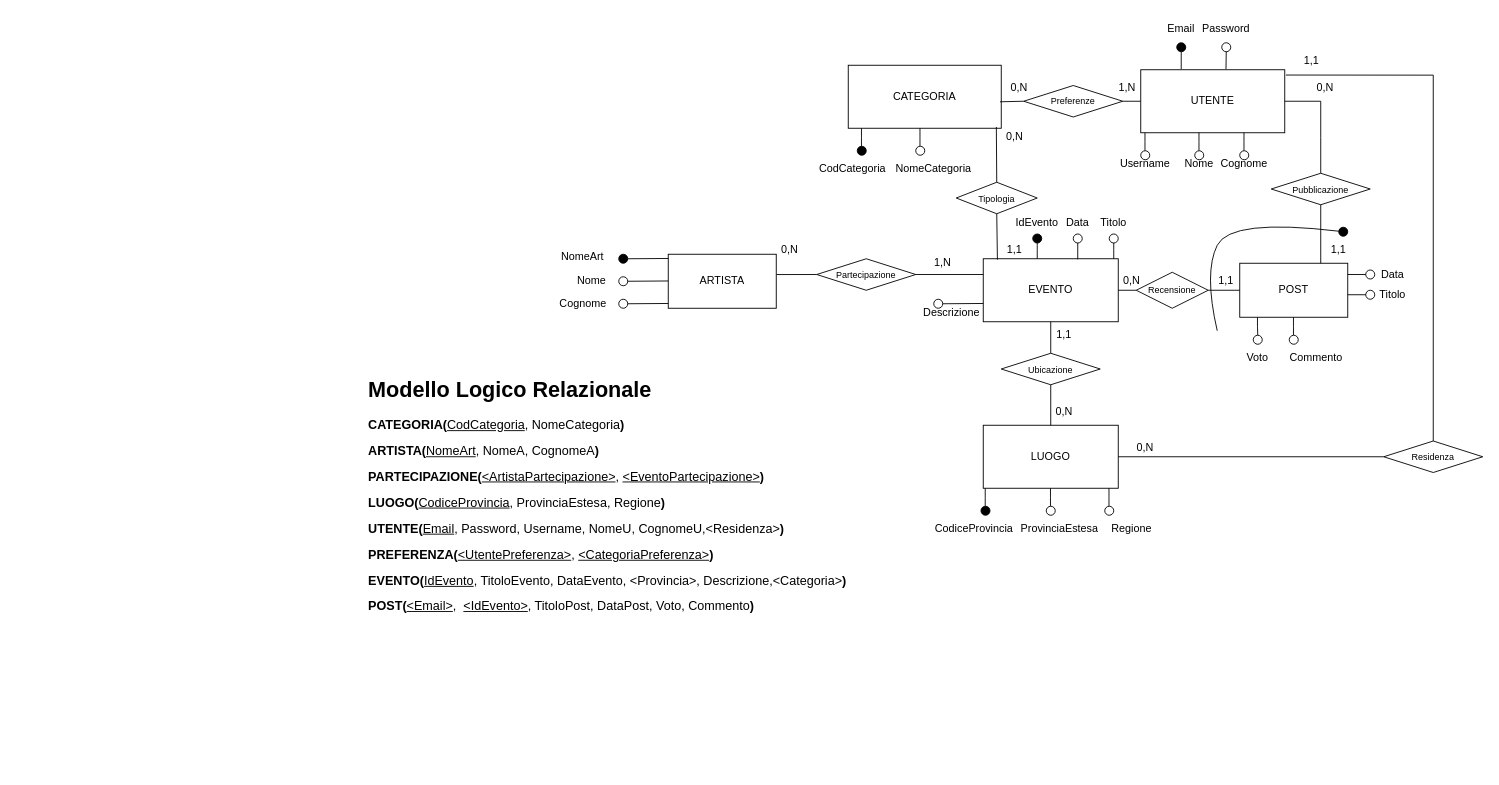
The draw.io diagram UDA_Pianificazione/er.drawio in sac11221/mercuriouda, before the edit. Source tidied: cells renumbered, new cells numbered last; positions are measured from the earlier drawing's top-left corner, leaving out a move shared by most shapes. Both pictures are drawn from the tidied source at 90%, with x=0, y=0 at pixel (366, 15).
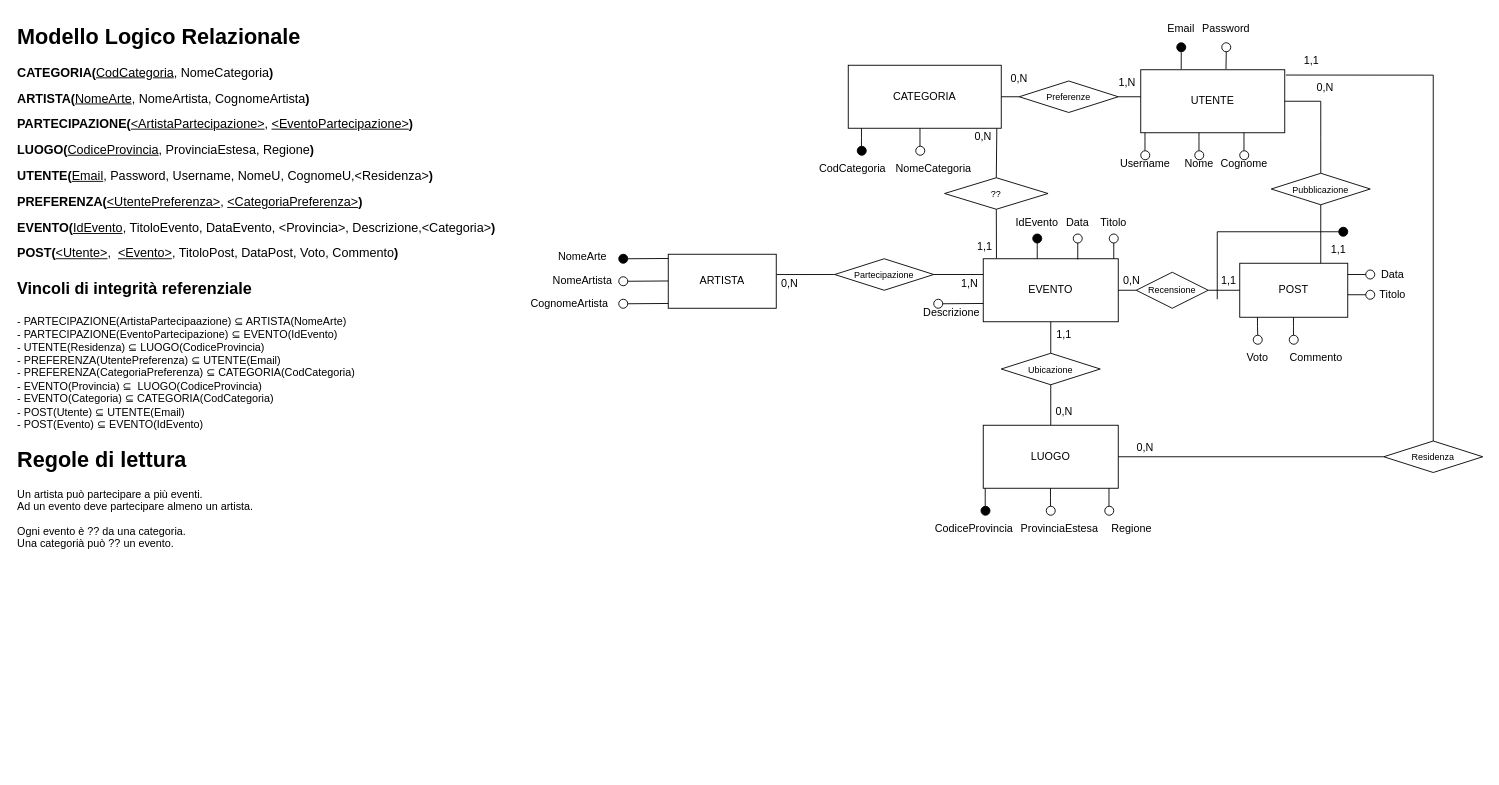
Above is the later version.

Unchanged cells that the change refers to:
```xml
<mxCell id="2" value="EVENTO" style="whiteSpace=wrap;html=1;align=center;" parent="1" vertex="1">
  <mxGeometry x="685" y="270" width="150" height="70" as="geometry" />
</mxCell>
<mxCell id="9" value="CATEGORIA" style="rounded=0;whiteSpace=wrap;html=1;" parent="1" vertex="1">
  <mxGeometry x="535" y="55" width="170" height="70" as="geometry" />
</mxCell>
<mxCell id="16" value="UTENTE" style="rounded=0;whiteSpace=wrap;html=1;" parent="1" vertex="1">
  <mxGeometry x="860" y="60" width="160" height="70" as="geometry" />
</mxCell>
<mxCell id="81" style="ellipse;whiteSpace=wrap;html=1;gradientColor=none;fillColor=#000000;" parent="1" vertex="1">
  <mxGeometry x="1080" y="235" width="10" height="10" as="geometry" />
</mxCell>
```

Diff of the diagram source:
```diff
@@
-    <mxCell id="46" value="Nome" style="text;html=1;align=center;verticalAlign=middle;whiteSpace=wrap;rounded=0;" parent="1" vertex="1">
-      <mxGeometry x="220" y="280" width="60" height="30" as="geometry" />
+    <mxCell id="46" value="NomeArtista" style="text;html=1;align=center;verticalAlign=middle;whiteSpace=wrap;rounded=0;" parent="1" vertex="1">
+      <mxGeometry x="210" y="280" width="60" height="30" as="geometry" />
     </mxCell>
-    <mxCell id="47" value="Cognome" style="text;html=1;align=center;verticalAlign=middle;strokeColor=none;fillColor=none;" parent="1" vertex="1">
-      <mxGeometry x="200" y="305" width="80" height="30" as="geometry" />
+    <mxCell id="47" value="CognomeArtista" style="text;html=1;align=center;verticalAlign=middle;strokeColor=none;fillColor=none;" parent="1" vertex="1">
+      <mxGeometry x="170" y="305" width="110" height="30" as="geometry" />
     </mxCell>
-    <mxCell id="48" value="NomeArt" style="text;html=1;align=center;verticalAlign=middle;whiteSpace=wrap;rounded=0;" parent="1" vertex="1">
+    <mxCell id="48" value="&lt;div&gt;NomeArte&lt;/div&gt;" style="text;html=1;align=center;verticalAlign=middle;whiteSpace=wrap;rounded=0;" parent="1" vertex="1">
       <mxGeometry x="210" y="252.5" width="60" height="30" as="geometry" />
     </mxCell>
@@
     <mxCell id="55" value="Partecipazione" style="rhombus;whiteSpace=wrap;html=1;fontSize=10;" parent="1" vertex="1">
-      <mxGeometry x="500" y="270" width="110" height="35" as="geometry" />
+      <mxGeometry x="520" y="270" width="110" height="35" as="geometry" />
     </mxCell>
@@
     <mxCell id="58" value="0,N" style="text;html=1;align=center;verticalAlign=middle;whiteSpace=wrap;rounded=0;" parent="1" vertex="1">
-      <mxGeometry x="440" y="245" width="60" height="30" as="geometry" />
+      <mxGeometry x="440" y="282.5" width="60" height="30" as="geometry" />
     </mxCell>
     <mxCell id="59" value="1,N" style="text;html=1;align=center;verticalAlign=middle;whiteSpace=wrap;rounded=0;" parent="1" vertex="1">
-      <mxGeometry x="610" y="260" width="60" height="30" as="geometry" />
+      <mxGeometry x="640" y="282.5" width="60" height="30" as="geometry" />
     </mxCell>
-    <mxCell id="60" value="Tipologia" style="rhombus;whiteSpace=wrap;html=1;fontSize=10;" parent="1" vertex="1">
-      <mxGeometry x="655" y="185" width="90" height="35" as="geometry" />
+    <mxCell id="60" value="??" style="rhombus;whiteSpace=wrap;html=1;fontSize=10;" parent="1" vertex="1">
+      <mxGeometry x="642" y="180" width="115" height="35" as="geometry" />
     </mxCell>
-    <mxCell id="61" style="endArrow=none;html=1;rounded=0;exitX=0.5;exitY=1;exitDx=0;exitDy=0;entryX=0.105;entryY=0.014;entryDx=0;entryDy=0;entryPerimeter=0;" parent="1" edge="1" source="60" target="2">
+    <mxCell id="61" style="endArrow=none;html=1;rounded=0;exitX=0.5;exitY=1;exitDx=0;exitDy=0;entryX=0.098;entryY=-0.007;entryDx=0;entryDy=0;entryPerimeter=0;" parent="1" edge="1" source="60" target="2">
       <mxGeometry relative="1" as="geometry" />
     </mxCell>
-    <mxCell id="62" style="endArrow=none;html=1;rounded=0;entryX=0.968;entryY=0.98;entryDx=0;entryDy=0;entryPerimeter=0;exitX=0.5;exitY=0;exitDx=0;exitDy=0;" parent="1" edge="1" source="60" target="9">
+    <mxCell id="62" style="endArrow=none;html=1;rounded=0;exitX=0.5;exitY=0;exitDx=0;exitDy=0;entryX=0.971;entryY=1.002;entryDx=0;entryDy=0;entryPerimeter=0;" parent="1" edge="1" source="60" target="9">
       <mxGeometry relative="1" as="geometry" />
     </mxCell>
     <mxCell id="63" value="0,N" style="text;html=1;align=center;verticalAlign=middle;whiteSpace=wrap;rounded=0;" parent="1" vertex="1">
-      <mxGeometry x="690" y="120" width="60" height="30" as="geometry" />
+      <mxGeometry x="655" y="120" width="60" height="30" as="geometry" />
     </mxCell>
     <mxCell id="64" value="1,1" style="text;html=1;align=center;verticalAlign=middle;whiteSpace=wrap;rounded=0;" parent="1" vertex="1">
-      <mxGeometry x="690" y="245" width="60" height="30" as="geometry" />
+      <mxGeometry x="657" y="242" width="60" height="30" as="geometry" />
     </mxCell>
     <mxCell id="65" value="&lt;font size=&quot;1&quot;&gt;Preferenze&lt;/font&gt;" style="rhombus;whiteSpace=wrap;html=1;" parent="1" vertex="1">
-      <mxGeometry x="730" y="77.5" width="110" height="35" as="geometry" />
+      <mxGeometry x="725" y="72.5" width="110" height="35" as="geometry" />
     </mxCell>
-    <mxCell id="66" style="endArrow=none;html=1;rounded=0;entryX=0;entryY=0.5;entryDx=0;entryDy=0;exitX=0.992;exitY=0.58;exitDx=0;exitDy=0;exitPerimeter=0;" parent="1" edge="1" source="9" target="65">
+    <mxCell id="66" style="endArrow=none;html=1;rounded=0;entryX=0;entryY=0.5;entryDx=0;entryDy=0;exitX=1;exitY=0.5;exitDx=0;exitDy=0;" parent="1" edge="1" source="9" target="65">
       <mxGeometry relative="1" as="geometry" />
     </mxCell>
-    <mxCell id="67" style="endArrow=none;html=1;rounded=0;entryX=0;entryY=0.5;entryDx=0;entryDy=0;exitX=1;exitY=0.5;exitDx=0;exitDy=0;" parent="1" edge="1" source="65" target="16">
+    <mxCell id="67" style="endArrow=none;html=1;rounded=0;entryX=0.75;entryY=1;entryDx=0;entryDy=0;exitX=1;exitY=0.5;exitDx=0;exitDy=0;" parent="1" edge="1" source="65" target="68">
       <mxGeometry relative="1" as="geometry" />
     </mxCell>
     <mxCell id="68" value="1,N" style="text;html=1;align=center;verticalAlign=middle;whiteSpace=wrap;rounded=0;" parent="1" vertex="1">
-      <mxGeometry x="815" y="65" width="60" height="30" as="geometry" />
+      <mxGeometry x="815" y="60" width="60" height="30" as="geometry" />
     </mxCell>
     <mxCell id="69" value="0,N" style="text;html=1;align=center;verticalAlign=middle;whiteSpace=wrap;rounded=0;" parent="1" vertex="1">
-      <mxGeometry x="695" y="65" width="60" height="30" as="geometry" />
+      <mxGeometry x="695" y="55" width="60" height="30" as="geometry" />
     </mxCell>
@@
     <mxCell id="79" value="1,1" style="text;html=1;align=center;verticalAlign=middle;whiteSpace=wrap;rounded=0;" parent="1" vertex="1">
-      <mxGeometry x="925" y="280" width="60" height="30" as="geometry" />
+      <mxGeometry x="928" y="280" width="60" height="30" as="geometry" />
     </mxCell>
-    <mxCell id="80" style="endArrow=none;html=1;rounded=0;curved=1;" parent="1" edge="1" source="81">
-      <mxGeometry relative="1" as="geometry">
-        <mxPoint x="945" y="350" as="targetPoint" />
-        <Array as="points">
-          <mxPoint x="960" y="225" />
-          <mxPoint x="930" y="285" />
-        </Array>
-      </mxGeometry>
-    </mxCell>
+    <mxCell id="109" style="edgeStyle=orthogonalEdgeStyle;rounded=0;jettySize=auto;html=1;strokeColor=default;endArrow=none;startFill=0;exitX=0;exitY=0.5;exitDx=0;exitDy=0;" parent="1" edge="1" source="81">
+      <mxGeometry relative="1" as="geometry">
+        <mxPoint x="945" y="315" as="targetPoint" />
+        <Array as="points">
+          <mxPoint x="945" y="240" />
+        </Array>
+      </mxGeometry>
+    </mxCell>
@@
-    <mxCell id="88" value="&lt;h1 style=&quot;margin-top: 0px;&quot;&gt;Modello Logico Relazionale&lt;/h1&gt;&lt;p&gt;&lt;font style=&quot;font-size: 14px;&quot;&gt;&lt;b&gt;CATEGORIA(&lt;/b&gt;&lt;u&gt;CodCategoria&lt;/u&gt;, NomeCategoria&lt;b&gt;)&lt;/b&gt;&lt;b&gt;&lt;/b&gt;&lt;/font&gt;&lt;/p&gt;&lt;p&gt;&lt;font style=&quot;font-size: 14px;&quot;&gt;&lt;b&gt;ARTISTA(&lt;/b&gt;&lt;u&gt;NomeArt&lt;/u&gt;, NomeA, CognomeA&lt;b&gt;)&lt;/b&gt;&lt;b&gt;&lt;/b&gt;&lt;/font&gt;&lt;/p&gt;&lt;p&gt;&lt;font style=&quot;font-size: 14px;&quot;&gt;&lt;b&gt;PARTECIPAZIONE(&lt;/b&gt;&lt;u&gt;&amp;lt;ArtistaPartecipazione&amp;gt;&lt;/u&gt;, &lt;u&gt;&amp;lt;EventoPartecipazione&amp;gt;&lt;/u&gt;&lt;/font&gt;&lt;b style=&quot;font-size: 14px; background-color: transparent; color: light-dark(rgb(0, 0, 0), rgb(255, 255, 255));&quot;&gt;)&lt;/b&gt;&lt;/p&gt;&lt;p&gt;&lt;b style=&quot;font-size: 14px;&quot;&gt;LUOGO(&lt;/b&gt;&lt;u style=&quot;font-size: 14px;&quot;&gt;CodiceProvincia&lt;/u&gt;&lt;span style=&quot;font-size: 14px;&quot;&gt;, ProvinciaEstesa, Regione&lt;/span&gt;&lt;b style=&quot;font-size: 14px;&quot;&gt;)&lt;/b&gt;&lt;b style=&quot;font-size: 14px; background-color: transparent; color: light-dark(rgb(0, 0, 0), rgb(255, 255, 255));&quot;&gt;&lt;/b&gt;&lt;/p&gt;&lt;p&gt;&lt;font style=&quot;font-size: 14px;&quot;&gt;&lt;b&gt;UTENTE(&lt;/b&gt;&lt;u&gt;Email&lt;/u&gt;, Password, Username, NomeU, CognomeU,&amp;lt;Residenza&amp;gt;&lt;b&gt;)&lt;/b&gt;&lt;/font&gt;&lt;/p&gt;&lt;p&gt;&lt;span style=&quot;font-size: 14px;&quot;&gt;&lt;b&gt;PREFERENZA(&lt;/b&gt;&lt;u&gt;&amp;lt;UtentePreferenza&amp;gt;&lt;/u&gt;, &lt;u&gt;&amp;lt;CategoriaPreferenza&amp;gt;&lt;/u&gt;&lt;b&gt;)&lt;/b&gt;&lt;/span&gt;&lt;/p&gt;&lt;p&gt;&lt;font style=&quot;font-size: 14px;&quot;&gt;&lt;b&gt;EVENTO(&lt;/b&gt;&lt;u&gt;IdEvento&lt;/u&gt;, TitoloEvento, DataEvento, &amp;lt;Provincia&amp;gt;, Descrizione,&amp;lt;Categoria&amp;gt;&lt;b&gt;)&lt;/b&gt;&lt;/font&gt;&lt;/p&gt;&lt;p&gt;&lt;font style=&quot;font-size: 14px;&quot;&gt;&lt;b&gt;POST(&lt;/b&gt;&lt;u&gt;&amp;lt;Email&amp;gt;&lt;/u&gt;,&amp;nbsp; &lt;u&gt;&amp;lt;IdEvento&amp;gt;&lt;/u&gt;, TitoloPost, DataPost, Voto, Commento&lt;b&gt;)&lt;br&gt;&lt;/b&gt;&lt;/font&gt;&lt;/p&gt;&lt;p&gt;&lt;br&gt;&lt;/p&gt;&lt;p&gt;&lt;br&gt;&lt;/p&gt;" style="text;html=1;whiteSpace=wrap;overflow=hidden;rounded=0;" parent="1" vertex="1">
-      <mxGeometry y="395" width="630" height="290" as="geometry" />
+    <mxCell id="88" value="&lt;h1 style=&quot;margin-top: 0px;&quot;&gt;Modello Logico Relazionale&lt;/h1&gt;&lt;p&gt;&lt;font style=&quot;font-size: 14px;&quot;&gt;&lt;b&gt;CATEGORIA(&lt;/b&gt;&lt;u&gt;CodCategoria&lt;/u&gt;, NomeCategoria&lt;b&gt;)&lt;/b&gt;&lt;b&gt;&lt;/b&gt;&lt;/font&gt;&lt;/p&gt;&lt;p&gt;&lt;font style=&quot;font-size: 14px;&quot;&gt;&lt;b&gt;ARTISTA(&lt;/b&gt;&lt;u&gt;NomeArte&lt;/u&gt;, NomeArtista, CognomeArtista&lt;b&gt;)&lt;/b&gt;&lt;/font&gt;&lt;/p&gt;&lt;p&gt;&lt;font style=&quot;font-size: 14px;&quot;&gt;&lt;b&gt;PARTECIPAZIONE(&lt;/b&gt;&lt;u&gt;&amp;lt;ArtistaPartecipazione&amp;gt;&lt;/u&gt;, &lt;u&gt;&amp;lt;EventoPartecipazione&amp;gt;&lt;/u&gt;&lt;/font&gt;&lt;b style=&quot;font-size: 14px; background-color: transparent; color: light-dark(rgb(0, 0, 0), rgb(255, 255, 255));&quot;&gt;)&lt;/b&gt;&lt;/p&gt;&lt;p&gt;&lt;b style=&quot;font-size: 14px;&quot;&gt;LUOGO(&lt;/b&gt;&lt;u style=&quot;font-size: 14px;&quot;&gt;CodiceProvincia&lt;/u&gt;&lt;span style=&quot;font-size: 14px;&quot;&gt;, ProvinciaEstesa, Regione&lt;/span&gt;&lt;b style=&quot;font-size: 14px;&quot;&gt;)&lt;/b&gt;&lt;b style=&quot;font-size: 14px; background-color: transparent; color: light-dark(rgb(0, 0, 0), rgb(255, 255, 255));&quot;&gt;&lt;/b&gt;&lt;/p&gt;&lt;p&gt;&lt;font style=&quot;font-size: 14px;&quot;&gt;&lt;b&gt;UTENTE(&lt;/b&gt;&lt;u&gt;Email&lt;/u&gt;, Password, Username, NomeU, CognomeU,&amp;lt;Residenza&amp;gt;&lt;b&gt;)&lt;/b&gt;&lt;/font&gt;&lt;/p&gt;&lt;p&gt;&lt;span style=&quot;font-size: 14px;&quot;&gt;&lt;b&gt;PREFERENZA(&lt;/b&gt;&lt;u&gt;&amp;lt;UtentePreferenza&amp;gt;&lt;/u&gt;, &lt;u&gt;&amp;lt;CategoriaPreferenza&amp;gt;&lt;/u&gt;&lt;b&gt;)&lt;/b&gt;&lt;/span&gt;&lt;/p&gt;&lt;p&gt;&lt;font style=&quot;font-size: 14px;&quot;&gt;&lt;b&gt;EVENTO(&lt;/b&gt;&lt;u&gt;IdEvento&lt;/u&gt;, TitoloEvento, DataEvento, &amp;lt;Provincia&amp;gt;, Descrizione,&amp;lt;Categoria&amp;gt;&lt;b&gt;)&lt;/b&gt;&lt;/font&gt;&lt;/p&gt;&lt;p&gt;&lt;font style=&quot;font-size: 14px;&quot;&gt;&lt;b&gt;POST(&lt;/b&gt;&lt;u&gt;&amp;lt;Utente&amp;gt;&lt;/u&gt;,&amp;nbsp; &lt;u&gt;&amp;lt;Evento&amp;gt;&lt;/u&gt;, TitoloPost, DataPost, Voto, Commento&lt;b&gt;)&lt;br&gt;&lt;/b&gt;&lt;/font&gt;&lt;/p&gt;&lt;p&gt;&lt;br&gt;&lt;/p&gt;&lt;p&gt;&lt;br&gt;&lt;/p&gt;" style="text;html=1;whiteSpace=wrap;overflow=hidden;rounded=0;" parent="1" vertex="1">
+      <mxGeometry x="-390" y="2.5" width="630" height="290" as="geometry" />
     </mxCell>
@@
+    <mxCell id="110" value="&lt;h1 style=&quot;margin-top: 0px;&quot;&gt;Regole di lettura&lt;/h1&gt;&lt;div&gt;Un artista può partecipare a più eventi.&lt;/div&gt;&lt;div&gt;Ad un evento deve partecipare almeno un artista.&lt;/div&gt;&lt;p&gt;Ogni evento è ?? da una categoria.&lt;br&gt;Una categorià può ?? un evento.&lt;/p&gt;&lt;p&gt;&lt;br&gt;&lt;/p&gt;" style="text;html=1;whiteSpace=wrap;overflow=hidden;rounded=0;" parent="1" vertex="1">
+      <mxGeometry x="-390" y="472.5" width="630" height="362.5" as="geometry" />
+    </mxCell>
+    <mxCell id="111" value="&lt;h1 style=&quot;margin-top: 0px;&quot;&gt;&lt;font style=&quot;font-size: 18px;&quot;&gt;Vincoli di integrità referenziale&lt;/font&gt;&lt;/h1&gt;&lt;div&gt;&lt;div&gt;- PARTECIPAZIONE(ArtistaPartecipaazione) ⊆ ARTISTA(NomeArte)&lt;/div&gt;&lt;/div&gt;&lt;div&gt;- PARTECIPAZIONE(EventoPartecipazione) ⊆ EVENTO(IdEvento)&lt;/div&gt;&lt;div&gt;- UTENTE(Residenza) ⊆ LUOGO(CodiceProvincia)&lt;/div&gt;&lt;div&gt;- PREFERENZA(UtentePreferenza) ⊆ UTENTE(Email)&lt;/div&gt;&lt;div&gt;- PREFERENZA(CategoriaPreferenza) ⊆ CATEGORIA(CodCategoria)&lt;/div&gt;&lt;div&gt;- EVENTO(Provincia) ⊆&amp;nbsp; LUOGO(CodiceProvincia)&lt;/div&gt;&lt;div&gt;- EVENTO(Categoria) ⊆ CATEGORIA(CodCategoria)&lt;/div&gt;&lt;div&gt;- POST(Utente) ⊆ UTENTE(Email)&lt;/div&gt;&lt;div&gt;- POST(Evento) ⊆ EVENTO(IdEvento)&lt;/div&gt;" style="text;html=1;whiteSpace=wrap;overflow=hidden;rounded=0;" parent="1" vertex="1">
+      <mxGeometry x="-390" y="281" width="630" height="185" as="geometry" />
+    </mxCell>
```
